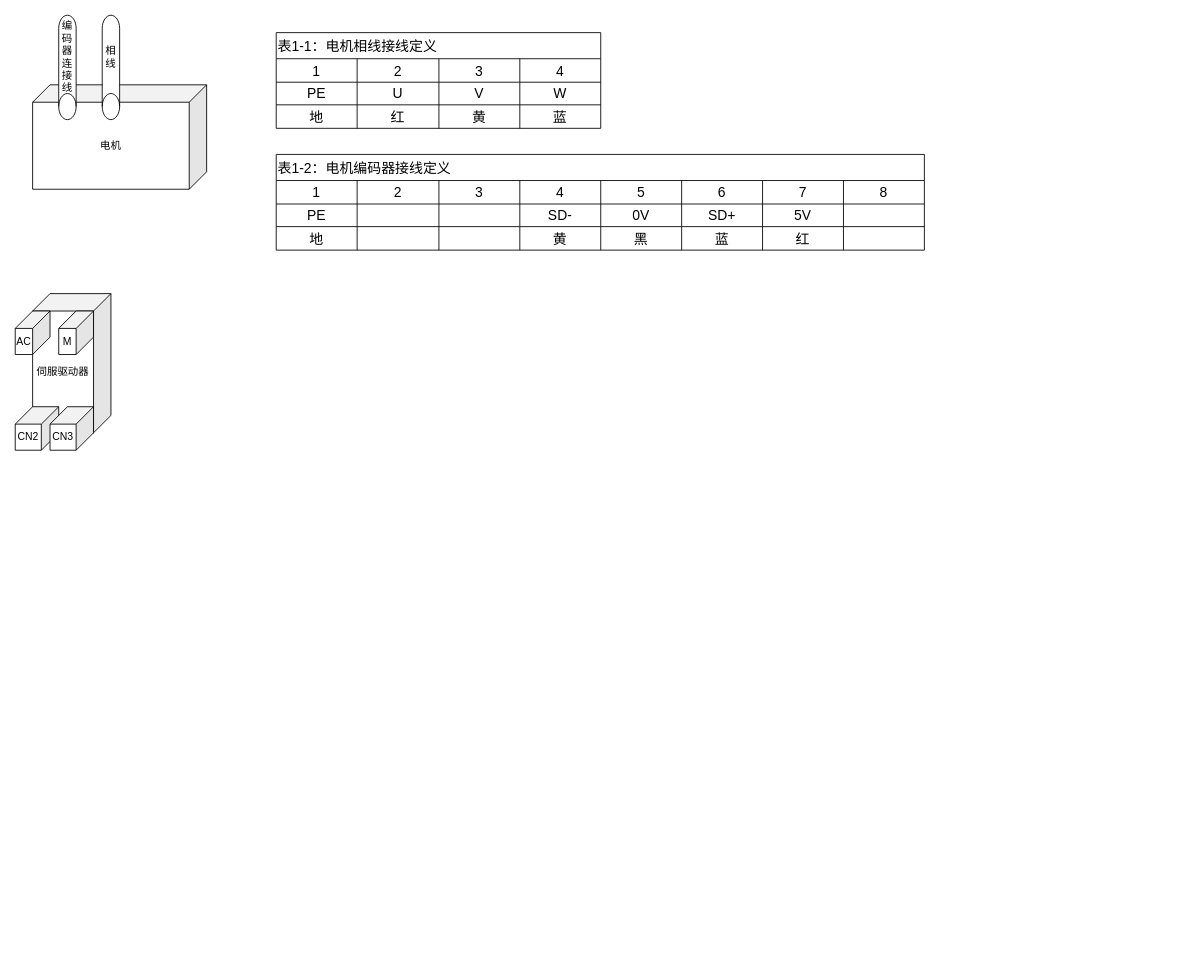
Earlier version of the draw.io diagram page "接线说明" (2 of 2) of 电涡流测试平台.drawio (dchangsheng/drawio). Source tidied: cells renumbered, new cells numbered last; positions are measured from the earlier drawing's top-left corner, leaving out a move shared by most shapes. Both pictures are drawn from the tidied source at 87%, with x=0, y=0 at pixel (15, 15).
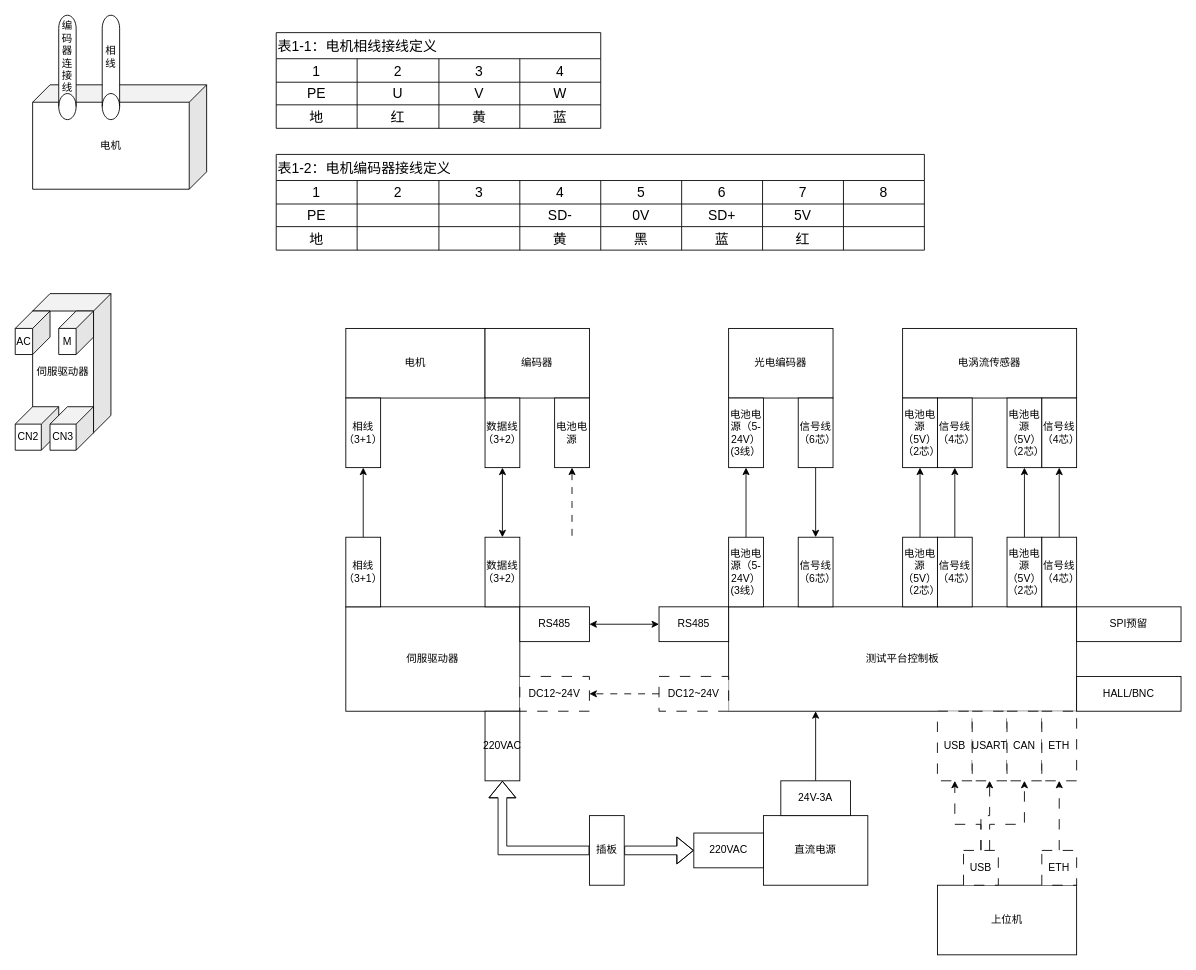
The same page after the edit.

Commit message:
更新电涡流测试平台.drawio

Diff of the diagram source:
```diff
@@
+    <mxCell id="55" value="电机" style="rounded=0;whiteSpace=wrap;html=1;" parent="1" vertex="1">
+      <mxGeometry x="380" y="360" width="160" height="80" as="geometry" />
+    </mxCell>
+    <mxCell id="56" value="伺服驱动器" style="rounded=0;whiteSpace=wrap;html=1;" parent="1" vertex="1">
+      <mxGeometry x="380" y="680" width="200" height="120" as="geometry" />
+    </mxCell>
+    <mxCell id="57" value="相线（3+1）" style="rounded=0;whiteSpace=wrap;html=1;" parent="1" vertex="1">
+      <mxGeometry x="380" y="440" width="40" height="80" as="geometry" />
+    </mxCell>
+    <mxCell id="58" value="编码器" style="rounded=0;whiteSpace=wrap;html=1;" parent="1" vertex="1">
+      <mxGeometry x="540" y="360" width="120" height="80" as="geometry" />
+    </mxCell>
+    <mxCell id="59" value="数据线（3+2）" style="rounded=0;whiteSpace=wrap;html=1;" parent="1" vertex="1">
+      <mxGeometry x="540" y="440" width="40" height="80" as="geometry" />
+    </mxCell>
+    <mxCell id="60" style="edgeStyle=orthogonalEdgeStyle;rounded=0;jettySize=auto;html=1;entryX=0.5;entryY=1;entryDx=0;entryDy=0;" parent="1" edge="1" source="61" target="57">
+      <mxGeometry relative="1" as="geometry" />
+    </mxCell>
+    <mxCell id="61" value="相线（3+1）" style="rounded=0;whiteSpace=wrap;html=1;" parent="1" vertex="1">
+      <mxGeometry x="380" y="600" width="40" height="80" as="geometry" />
+    </mxCell>
+    <mxCell id="62" style="edgeStyle=orthogonalEdgeStyle;rounded=0;jettySize=auto;html=1;entryX=0.5;entryY=1;entryDx=0;entryDy=0;startArrow=classic;startFill=1;" parent="1" edge="1" source="63" target="59">
+      <mxGeometry relative="1" as="geometry" />
+    </mxCell>
+    <mxCell id="63" value="数据线（3+2）" style="rounded=0;whiteSpace=wrap;html=1;" parent="1" vertex="1">
+      <mxGeometry x="540" y="600" width="40" height="80" as="geometry" />
+    </mxCell>
+    <mxCell id="64" style="edgeStyle=orthogonalEdgeStyle;rounded=0;jettySize=auto;html=1;startArrow=classic;startFill=1;endArrow=none;endFill=0;dashed=1;dashPattern=8 8;" parent="1" edge="1" source="65">
+      <mxGeometry relative="1" as="geometry">
+        <mxPoint x="640" y="600" as="targetPoint" />
+      </mxGeometry>
+    </mxCell>
+    <mxCell id="65" value="电池电源" style="rounded=0;whiteSpace=wrap;html=1;" parent="1" vertex="1">
+      <mxGeometry x="620" y="440" width="40" height="80" as="geometry" />
+    </mxCell>
+    <mxCell id="66" value="RS485" style="rounded=0;whiteSpace=wrap;html=1;" parent="1" vertex="1">
+      <mxGeometry x="580" y="680" width="80" height="40" as="geometry" />
+    </mxCell>
+    <mxCell id="67" style="edgeStyle=orthogonalEdgeStyle;rounded=0;jettySize=auto;html=1;shape=flexArrow;startArrow=classic;startFill=1;endArrow=none;endFill=0;exitX=0.5;exitY=1;exitDx=0;exitDy=0;entryX=0;entryY=0.5;entryDx=0;entryDy=0;" parent="1" edge="1" source="68" target="110">
+      <mxGeometry relative="1" as="geometry">
+        <Array as="points">
+          <mxPoint x="560" y="960" />
+        </Array>
+      </mxGeometry>
+    </mxCell>
+    <mxCell id="68" value="220VAC" style="rounded=0;whiteSpace=wrap;html=1;" parent="1" vertex="1">
+      <mxGeometry x="540" y="800" width="40" height="80" as="geometry" />
+    </mxCell>
+    <mxCell id="69" value="DC12~24V" style="rounded=0;whiteSpace=wrap;html=1;dashed=1;dashPattern=12 12;" parent="1" vertex="1">
+      <mxGeometry x="580" y="760" width="80" height="40" as="geometry" />
+    </mxCell>
+    <mxCell id="70" value="测试平台控制板" style="rounded=0;whiteSpace=wrap;html=1;" parent="1" vertex="1">
+      <mxGeometry x="820" y="680" width="400" height="120" as="geometry" />
+    </mxCell>
+    <mxCell id="71" value="光电编码器" style="rounded=0;whiteSpace=wrap;html=1;" parent="1" vertex="1">
+      <mxGeometry x="820" y="360" width="120" height="80" as="geometry" />
+    </mxCell>
+    <mxCell id="72" value="电涡流传感器" style="rounded=0;whiteSpace=wrap;html=1;" parent="1" vertex="1">
+      <mxGeometry x="1020" y="360" width="200" height="80" as="geometry" />
+    </mxCell>
+    <mxCell id="73" value="电池电源（5-24V）(3线）" style="rounded=0;whiteSpace=wrap;html=1;" parent="1" vertex="1">
+      <mxGeometry x="820" y="440" width="40" height="80" as="geometry" />
+    </mxCell>
+    <mxCell id="74" style="edgeStyle=orthogonalEdgeStyle;rounded=0;jettySize=auto;html=1;entryX=0.5;entryY=0;entryDx=0;entryDy=0;" parent="1" edge="1" source="75" target="86">
+      <mxGeometry relative="1" as="geometry" />
+    </mxCell>
+    <mxCell id="75" value="信号线&lt;div&gt;（6芯）&lt;/div&gt;" style="rounded=0;whiteSpace=wrap;html=1;" parent="1" vertex="1">
+      <mxGeometry x="900" y="440" width="40" height="80" as="geometry" />
+    </mxCell>
+    <mxCell id="76" value="电池电源（5V）（2芯）" style="rounded=0;whiteSpace=wrap;html=1;" parent="1" vertex="1">
+      <mxGeometry x="1020" y="440" width="40" height="80" as="geometry" />
+    </mxCell>
+    <mxCell id="77" value="信号线&lt;div&gt;（4芯）&lt;/div&gt;" style="rounded=0;whiteSpace=wrap;html=1;" parent="1" vertex="1">
+      <mxGeometry x="1060" y="440" width="40" height="80" as="geometry" />
+    </mxCell>
+    <mxCell id="78" value="电池电源（5V）（2芯）" style="rounded=0;whiteSpace=wrap;html=1;" parent="1" vertex="1">
+      <mxGeometry x="1140" y="440" width="40" height="80" as="geometry" />
+    </mxCell>
+    <mxCell id="79" value="信号线&lt;div&gt;（4芯）&lt;/div&gt;" style="rounded=0;whiteSpace=wrap;html=1;" parent="1" vertex="1">
+      <mxGeometry x="1180" y="440" width="40" height="80" as="geometry" />
+    </mxCell>
+    <mxCell id="80" style="edgeStyle=orthogonalEdgeStyle;rounded=0;jettySize=auto;html=1;entryX=1;entryY=0.5;entryDx=0;entryDy=0;startArrow=classic;startFill=1;" parent="1" edge="1" source="81" target="66">
+      <mxGeometry relative="1" as="geometry" />
+    </mxCell>
+    <mxCell id="81" value="RS485" style="rounded=0;whiteSpace=wrap;html=1;" parent="1" vertex="1">
+      <mxGeometry x="740" y="680" width="80" height="40" as="geometry" />
+    </mxCell>
+    <mxCell id="82" style="edgeStyle=orthogonalEdgeStyle;rounded=0;jettySize=auto;html=1;entryX=1;entryY=0.5;entryDx=0;entryDy=0;dashed=1;dashPattern=8 8;" parent="1" edge="1" source="83" target="69">
+      <mxGeometry relative="1" as="geometry" />
+    </mxCell>
+    <mxCell id="83" value="DC12~24V" style="rounded=0;whiteSpace=wrap;html=1;dashed=1;dashPattern=12 12;" parent="1" vertex="1">
+      <mxGeometry x="740" y="760" width="80" height="40" as="geometry" />
+    </mxCell>
+    <mxCell id="84" style="edgeStyle=orthogonalEdgeStyle;rounded=0;jettySize=auto;html=1;" parent="1" edge="1" source="85" target="73">
+      <mxGeometry relative="1" as="geometry" />
+    </mxCell>
+    <mxCell id="85" value="电池电源（5-24V）(3线）" style="rounded=0;whiteSpace=wrap;html=1;" parent="1" vertex="1">
+      <mxGeometry x="820" y="600" width="40" height="80" as="geometry" />
+    </mxCell>
+    <mxCell id="86" value="信号线&lt;div&gt;（6芯）&lt;/div&gt;" style="rounded=0;whiteSpace=wrap;html=1;" parent="1" vertex="1">
+      <mxGeometry x="900" y="600" width="40" height="80" as="geometry" />
+    </mxCell>
+    <mxCell id="87" style="edgeStyle=orthogonalEdgeStyle;rounded=0;jettySize=auto;html=1;" parent="1" edge="1" source="88" target="76">
+      <mxGeometry relative="1" as="geometry" />
+    </mxCell>
+    <mxCell id="88" value="电池电源（5V）（2芯）" style="rounded=0;whiteSpace=wrap;html=1;" parent="1" vertex="1">
+      <mxGeometry x="1020" y="600" width="40" height="80" as="geometry" />
+    </mxCell>
+    <mxCell id="89" style="edgeStyle=orthogonalEdgeStyle;rounded=0;jettySize=auto;html=1;" parent="1" edge="1" source="90" target="78">
+      <mxGeometry relative="1" as="geometry" />
+    </mxCell>
+    <mxCell id="90" value="电池电源（5V）（2芯）" style="rounded=0;whiteSpace=wrap;html=1;" parent="1" vertex="1">
+      <mxGeometry x="1140" y="600" width="40" height="80" as="geometry" />
+    </mxCell>
+    <mxCell id="91" style="edgeStyle=orthogonalEdgeStyle;rounded=0;jettySize=auto;html=1;" parent="1" edge="1" source="92" target="77">
+      <mxGeometry relative="1" as="geometry" />
+    </mxCell>
+    <mxCell id="92" value="信号线&lt;div&gt;（4芯）&lt;/div&gt;" style="rounded=0;whiteSpace=wrap;html=1;" parent="1" vertex="1">
+      <mxGeometry x="1060" y="600" width="40" height="80" as="geometry" />
+    </mxCell>
+    <mxCell id="93" style="edgeStyle=orthogonalEdgeStyle;rounded=0;jettySize=auto;html=1;" parent="1" edge="1" source="94" target="79">
+      <mxGeometry relative="1" as="geometry" />
+    </mxCell>
+    <mxCell id="94" value="信号线&lt;div&gt;（4芯）&lt;/div&gt;" style="rounded=0;whiteSpace=wrap;html=1;" parent="1" vertex="1">
+      <mxGeometry x="1180" y="600" width="40" height="80" as="geometry" />
+    </mxCell>
+    <mxCell id="95" value="上位机" style="rounded=0;whiteSpace=wrap;html=1;" parent="1" vertex="1">
+      <mxGeometry x="1060" y="1000" width="160" height="80" as="geometry" />
+    </mxCell>
+    <mxCell id="96" value="USB" style="rounded=0;whiteSpace=wrap;html=1;dashed=1;dashPattern=12 12;" parent="1" vertex="1">
+      <mxGeometry x="1060" y="800" width="40" height="80" as="geometry" />
+    </mxCell>
+    <mxCell id="97" value="USART" style="rounded=0;whiteSpace=wrap;html=1;dashed=1;dashPattern=12 12;" parent="1" vertex="1">
+      <mxGeometry x="1100" y="800" width="40" height="80" as="geometry" />
+    </mxCell>
+    <mxCell id="98" value="CAN" style="rounded=0;whiteSpace=wrap;html=1;dashed=1;dashPattern=12 12;" parent="1" vertex="1">
+      <mxGeometry x="1140" y="800" width="40" height="80" as="geometry" />
+    </mxCell>
+    <mxCell id="99" value="ETH" style="rounded=0;whiteSpace=wrap;html=1;dashed=1;dashPattern=12 12;" parent="1" vertex="1">
+      <mxGeometry x="1180" y="800" width="40" height="80" as="geometry" />
+    </mxCell>
+    <mxCell id="100" style="edgeStyle=orthogonalEdgeStyle;rounded=0;jettySize=auto;html=1;entryX=0.5;entryY=1;entryDx=0;entryDy=0;dashed=1;dashPattern=12 12;" parent="1" edge="1" source="103" target="96">
+      <mxGeometry relative="1" as="geometry">
+        <Array as="points">
+          <mxPoint x="1080" y="930" />
+          <mxPoint x="1000" y="930" />
+        </Array>
+      </mxGeometry>
+    </mxCell>
+    <mxCell id="101" style="edgeStyle=orthogonalEdgeStyle;rounded=0;jettySize=auto;html=1;entryX=0.5;entryY=1;entryDx=0;entryDy=0;dashed=1;dashPattern=12 12;" parent="1" edge="1" source="103" target="97">
+      <mxGeometry relative="1" as="geometry" />
+    </mxCell>
+    <mxCell id="102" style="edgeStyle=orthogonalEdgeStyle;rounded=0;jettySize=auto;html=1;entryX=0.5;entryY=1;entryDx=0;entryDy=0;dashed=1;dashPattern=12 12;" parent="1" edge="1" source="103" target="98">
+      <mxGeometry relative="1" as="geometry">
+        <Array as="points">
+          <mxPoint x="1120" y="930" />
+          <mxPoint x="1160" y="930" />
+        </Array>
+      </mxGeometry>
+    </mxCell>
+    <mxCell id="103" value="USB" style="rounded=0;whiteSpace=wrap;html=1;dashed=1;dashPattern=12 12;" parent="1" vertex="1">
+      <mxGeometry x="1090" y="960" width="40" height="40" as="geometry" />
+    </mxCell>
+    <mxCell id="104" style="edgeStyle=orthogonalEdgeStyle;rounded=0;jettySize=auto;html=1;dashed=1;dashPattern=12 12;" parent="1" edge="1" source="105" target="99">
+      <mxGeometry relative="1" as="geometry" />
+    </mxCell>
+    <mxCell id="105" value="ETH" style="rounded=0;whiteSpace=wrap;html=1;dashed=1;dashPattern=12 12;" parent="1" vertex="1">
+      <mxGeometry x="1180" y="960" width="40" height="40" as="geometry" />
+    </mxCell>
+    <mxCell id="106" value="直流电源" style="rounded=0;whiteSpace=wrap;html=1;" parent="1" vertex="1">
+      <mxGeometry x="860" y="920" width="120" height="80" as="geometry" />
+    </mxCell>
+    <mxCell id="107" style="edgeStyle=orthogonalEdgeStyle;rounded=0;jettySize=auto;html=1;entryX=0.25;entryY=1;entryDx=0;entryDy=0;" parent="1" edge="1" source="108" target="70">
+      <mxGeometry relative="1" as="geometry" />
+    </mxCell>
+    <mxCell id="108" value="24V-3A" style="rounded=0;whiteSpace=wrap;html=1;" parent="1" vertex="1">
+      <mxGeometry x="880" y="880" width="80" height="40" as="geometry" />
+    </mxCell>
+    <mxCell id="109" style="edgeStyle=orthogonalEdgeStyle;rounded=0;jettySize=auto;html=1;shape=flexArrow;" parent="1" edge="1" source="110">
+      <mxGeometry relative="1" as="geometry">
+        <mxPoint x="780" y="960" as="targetPoint" />
+      </mxGeometry>
+    </mxCell>
+    <mxCell id="110" value="插板" style="rounded=0;whiteSpace=wrap;html=1;" parent="1" vertex="1">
+      <mxGeometry x="660" y="920" width="40" height="80" as="geometry" />
+    </mxCell>
+    <mxCell id="111" value="220VAC" style="rounded=0;whiteSpace=wrap;html=1;" parent="1" vertex="1">
+      <mxGeometry x="780" y="940" width="80" height="40" as="geometry" />
+    </mxCell>
+    <mxCell id="112" value="SPI预留" style="rounded=0;whiteSpace=wrap;html=1;" parent="1" vertex="1">
+      <mxGeometry x="1220" y="680" width="120" height="40" as="geometry" />
+    </mxCell>
+    <mxCell id="113" value="HALL/BNC" style="rounded=0;whiteSpace=wrap;html=1;" parent="1" vertex="1">
+      <mxGeometry x="1220" y="760" width="120" height="40" as="geometry" />
+    </mxCell>
```
